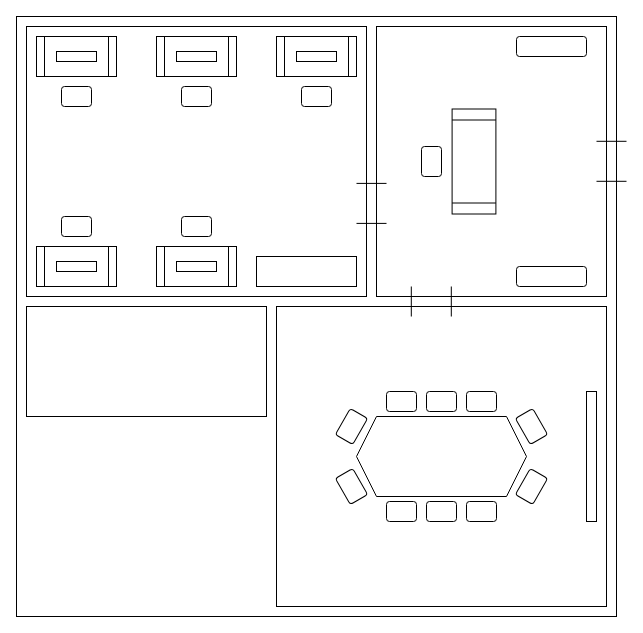
This is Диаграмма без названия.drawio from MayaSoul100/MayaSoul100, a draw.io file, before an edit. Source tidied: cells renumbered, new cells numbered last; positions are measured from the earlier drawing's top-left corner, leaving out a move shared by most shapes. Both pictures are drawn from the tidied source at 100%, with x=0, y=0 at pixel (16, 16).
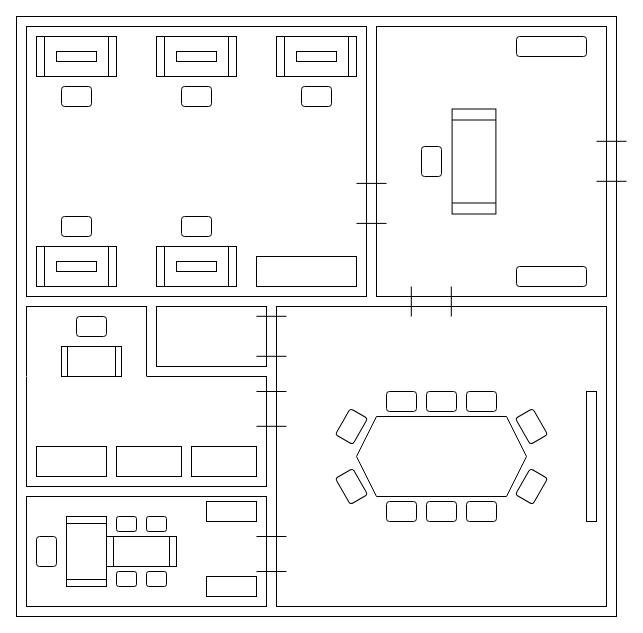
Above is the later version.

What changed in the source:
```diff
@@
     <mxCell id="28" style="rounded=0;whiteSpace=wrap;html=1;" parent="1" vertex="1">
-      <mxGeometry x="10" y="290" width="240" height="110" as="geometry" />
+      <mxGeometry x="10" y="480" width="240" height="110" as="geometry" />
     </mxCell>
@@
+    <mxCell id="45" style="rounded=0;whiteSpace=wrap;html=1;" parent="1" vertex="1">
+      <mxGeometry x="10" y="360" width="240" height="110" as="geometry" />
+    </mxCell>
+    <mxCell id="46" style="rounded=0;whiteSpace=wrap;html=1;" parent="1" vertex="1">
+      <mxGeometry x="10" y="290" width="120" height="70" as="geometry" />
+    </mxCell>
+    <mxCell id="47" style="rounded=0;whiteSpace=wrap;html=1;" parent="1" vertex="1">
+      <mxGeometry x="140" y="290" width="110" height="60" as="geometry" />
+    </mxCell>
+    <mxCell id="48" style="endArrow=none;html=1;rounded=0;entryX=1;entryY=1;entryDx=0;entryDy=0;fillColor=#FFFFFF;strokeColor=light-dark(#FFFFFF,#FFFFFF);" parent="1" edge="1">
+      <mxGeometry relative="1" as="geometry">
+        <mxPoint x="10" y="360" as="sourcePoint" />
+        <mxPoint x="130" y="360" as="targetPoint" />
+        <Array as="points">
+          <mxPoint x="70" y="360" />
+        </Array>
+      </mxGeometry>
+    </mxCell>
+    <mxCell id="49" style="endArrow=none;html=1;rounded=0;" parent="1" edge="1">
+      <mxGeometry relative="1" as="geometry">
+        <mxPoint x="240" y="339.8" as="sourcePoint" />
+        <mxPoint x="270" y="339.8" as="targetPoint" />
+      </mxGeometry>
+    </mxCell>
+    <mxCell id="50" style="endArrow=none;html=1;rounded=0;" parent="1" edge="1">
+      <mxGeometry relative="1" as="geometry">
+        <mxPoint x="240" y="299.8" as="sourcePoint" />
+        <mxPoint x="270" y="299.8" as="targetPoint" />
+      </mxGeometry>
+    </mxCell>
+    <mxCell id="51" style="rounded=0;whiteSpace=wrap;html=1;" parent="1" vertex="1">
+      <mxGeometry x="100" y="430" width="65" height="30" as="geometry" />
+    </mxCell>
+    <mxCell id="52" style="endArrow=none;html=1;rounded=0;" parent="1" edge="1">
+      <mxGeometry relative="1" as="geometry">
+        <mxPoint x="240" y="409.8" as="sourcePoint" />
+        <mxPoint x="270" y="409.8" as="targetPoint" />
+      </mxGeometry>
+    </mxCell>
+    <mxCell id="53" style="endArrow=none;html=1;rounded=0;" parent="1" edge="1">
+      <mxGeometry relative="1" as="geometry">
+        <mxPoint x="240" y="375" as="sourcePoint" />
+        <mxPoint x="270" y="375" as="targetPoint" />
+      </mxGeometry>
+    </mxCell>
+    <mxCell id="54" style="endArrow=none;html=1;rounded=0;" parent="1" edge="1">
+      <mxGeometry relative="1" as="geometry">
+        <mxPoint x="240" y="555" as="sourcePoint" />
+        <mxPoint x="270" y="555" as="targetPoint" />
+      </mxGeometry>
+    </mxCell>
+    <mxCell id="55" style="endArrow=none;html=1;rounded=0;" parent="1" edge="1">
+      <mxGeometry relative="1" as="geometry">
+        <mxPoint x="240" y="520" as="sourcePoint" />
+        <mxPoint x="270" y="520" as="targetPoint" />
+      </mxGeometry>
+    </mxCell>
+    <mxCell id="56" style="rounded=0;whiteSpace=wrap;html=1;" parent="1" vertex="1">
+      <mxGeometry x="20" y="430" width="70" height="30" as="geometry" />
+    </mxCell>
+    <mxCell id="57" style="shape=process;whiteSpace=wrap;html=1;backgroundOutline=1;rotation=-180;" parent="1" vertex="1">
+      <mxGeometry x="45" y="330" width="60" height="30" as="geometry" />
+    </mxCell>
+    <mxCell id="58" style="rounded=1;whiteSpace=wrap;html=1;rotation=-180;" parent="1" vertex="1">
+      <mxGeometry x="60" y="300" width="30" height="20" as="geometry" />
+    </mxCell>
+    <mxCell id="59" style="rounded=0;whiteSpace=wrap;html=1;" parent="1" vertex="1">
+      <mxGeometry x="175" y="430" width="65" height="30" as="geometry" />
+    </mxCell>
+    <mxCell id="60" style="rounded=1;whiteSpace=wrap;html=1;" parent="1" vertex="1">
+      <mxGeometry x="20" y="520" width="20" height="30" as="geometry" />
+    </mxCell>
+    <mxCell id="61" style="shape=process;whiteSpace=wrap;html=1;backgroundOutline=1;" parent="1" vertex="1">
+      <mxGeometry x="90" y="520" width="70" height="30" as="geometry" />
+    </mxCell>
+    <mxCell id="62" style="shape=process;whiteSpace=wrap;html=1;backgroundOutline=1;rotation=90;" parent="1" vertex="1">
+      <mxGeometry x="35" y="515" width="70" height="40" as="geometry" />
+    </mxCell>
+    <mxCell id="63" style="rounded=1;whiteSpace=wrap;html=1;" parent="1" vertex="1">
+      <mxGeometry x="100" y="500" width="20" height="15" as="geometry" />
+    </mxCell>
+    <mxCell id="64" style="rounded=1;whiteSpace=wrap;html=1;" parent="1" vertex="1">
+      <mxGeometry x="130" y="500" width="20" height="15" as="geometry" />
+    </mxCell>
+    <mxCell id="65" style="rounded=1;whiteSpace=wrap;html=1;" parent="1" vertex="1">
+      <mxGeometry x="100" y="555" width="20" height="15" as="geometry" />
+    </mxCell>
+    <mxCell id="66" style="rounded=1;whiteSpace=wrap;html=1;" parent="1" vertex="1">
+      <mxGeometry x="130" y="555" width="20" height="15" as="geometry" />
+    </mxCell>
+    <mxCell id="67" style="rounded=0;whiteSpace=wrap;html=1;" parent="1" vertex="1">
+      <mxGeometry x="190" y="485" width="50" height="20" as="geometry" />
+    </mxCell>
+    <mxCell id="68" style="rounded=0;whiteSpace=wrap;html=1;" parent="1" vertex="1">
+      <mxGeometry x="190" y="560" width="50" height="20" as="geometry" />
+    </mxCell>
```
